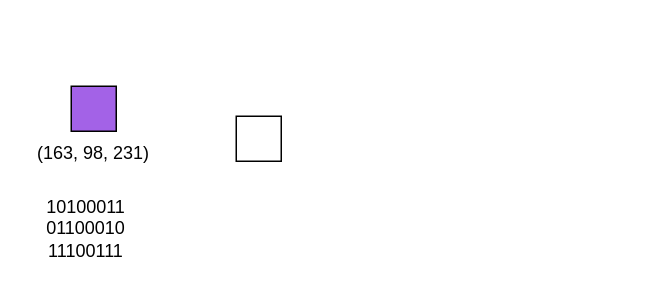
This is drawio/OctTree.drawio from SSSayon/imgbed, a draw.io file, before an edit. Source tidied: cells renumbered, new cells numbered last; positions are measured from the earlier drawing's top-left corner, leaving out a move shared by most shapes. Both pictures are drawn from the tidied source at 150%, with x=0, y=0 at pixel (26, 86).
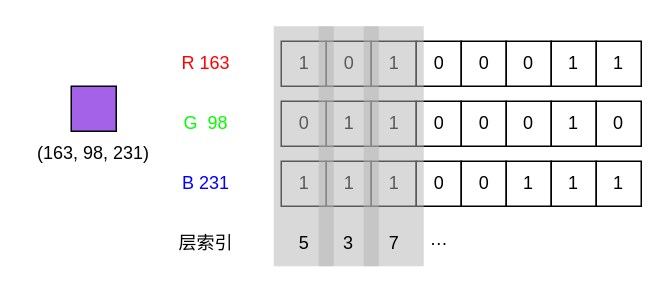
Above is the later version.

Change to the diagram source:
```diff
@@
     <mxCell id="4" style="whiteSpace=wrap;html=1;" parent="1" vertex="1">
-      <mxGeometry x="140" y="20" width="30" height="30" as="geometry" />
+      <mxGeometry x="170" y="-30" width="30" height="30" as="geometry" />
     </mxCell>
-    <mxCell id="5" value="10100011&lt;br&gt;01100010&lt;br&gt;11100111" style="text;html=1;strokeColor=none;fillColor=none;align=center;verticalAlign=middle;whiteSpace=wrap;rounded=0;" parent="1" vertex="1">
-      <mxGeometry x="10" y="80" width="60" height="30" as="geometry" />
-    </mxCell>
+    <mxCell id="6" style="whiteSpace=wrap;html=1;" parent="1" vertex="1">
+      <mxGeometry x="200" y="-30" width="30" height="30" as="geometry" />
+    </mxCell>
+    <mxCell id="7" style="whiteSpace=wrap;html=1;" parent="1" vertex="1">
+      <mxGeometry x="230" y="-30" width="30" height="30" as="geometry" />
+    </mxCell>
+    <mxCell id="8" style="whiteSpace=wrap;html=1;" parent="1" vertex="1">
+      <mxGeometry x="260" y="-30" width="30" height="30" as="geometry" />
+    </mxCell>
+    <mxCell id="9" style="whiteSpace=wrap;html=1;" parent="1" vertex="1">
+      <mxGeometry x="290" y="-30" width="30" height="30" as="geometry" />
+    </mxCell>
+    <mxCell id="10" style="whiteSpace=wrap;html=1;" parent="1" vertex="1">
+      <mxGeometry x="320" y="-30" width="30" height="30" as="geometry" />
+    </mxCell>
+    <mxCell id="11" style="whiteSpace=wrap;html=1;" parent="1" vertex="1">
+      <mxGeometry x="350" y="-30" width="30" height="30" as="geometry" />
+    </mxCell>
+    <mxCell id="12" style="whiteSpace=wrap;html=1;" parent="1" vertex="1">
+      <mxGeometry x="380" y="-30" width="30" height="30" as="geometry" />
+    </mxCell>
+    <mxCell id="13" value="&lt;font color=&quot;#ff0000&quot;&gt;R 163&lt;/font&gt;" style="text;html=1;strokeColor=none;fillColor=none;align=center;verticalAlign=middle;whiteSpace=wrap;rounded=0;" parent="1" vertex="1">
+      <mxGeometry x="90" y="-30" width="60" height="30" as="geometry" />
+    </mxCell>
+    <mxCell id="14" value="&lt;font color=&quot;#00ff00&quot;&gt;G&amp;nbsp; 98&lt;/font&gt;" style="text;html=1;strokeColor=none;fillColor=none;align=center;verticalAlign=middle;whiteSpace=wrap;rounded=0;" parent="1" vertex="1">
+      <mxGeometry x="90" y="10" width="60" height="30" as="geometry" />
+    </mxCell>
+    <mxCell id="15" value="&lt;font color=&quot;#0000ff&quot;&gt;B 231&lt;/font&gt;" style="text;html=1;strokeColor=none;fillColor=none;align=center;verticalAlign=middle;whiteSpace=wrap;rounded=0;" parent="1" vertex="1">
+      <mxGeometry x="90" y="50" width="60" height="30" as="geometry" />
+    </mxCell>
+    <mxCell id="16" value="1" style="text;html=1;strokeColor=none;fillColor=none;align=center;verticalAlign=middle;whiteSpace=wrap;rounded=0;" parent="1" vertex="1">
+      <mxGeometry x="177.5" y="-30" width="15" height="30" as="geometry" />
+    </mxCell>
+    <mxCell id="17" value="0" style="text;html=1;strokeColor=none;fillColor=none;align=center;verticalAlign=middle;whiteSpace=wrap;rounded=0;" parent="1" vertex="1">
+      <mxGeometry x="207.5" y="-30" width="15" height="30" as="geometry" />
+    </mxCell>
+    <mxCell id="18" value="1" style="text;html=1;strokeColor=none;fillColor=none;align=center;verticalAlign=middle;whiteSpace=wrap;rounded=0;" parent="1" vertex="1">
+      <mxGeometry x="237.5" y="-30" width="15" height="30" as="geometry" />
+    </mxCell>
+    <mxCell id="19" value="0" style="text;html=1;strokeColor=none;fillColor=none;align=center;verticalAlign=middle;whiteSpace=wrap;rounded=0;" parent="1" vertex="1">
+      <mxGeometry x="267.5" y="-30" width="15" height="30" as="geometry" />
+    </mxCell>
+    <mxCell id="20" value="0" style="text;html=1;strokeColor=none;fillColor=none;align=center;verticalAlign=middle;whiteSpace=wrap;rounded=0;" parent="1" vertex="1">
+      <mxGeometry x="297.5" y="-30" width="15" height="30" as="geometry" />
+    </mxCell>
+    <mxCell id="21" value="0" style="text;html=1;strokeColor=none;fillColor=none;align=center;verticalAlign=middle;whiteSpace=wrap;rounded=0;" parent="1" vertex="1">
+      <mxGeometry x="328.1" y="-30" width="13.8" height="30" as="geometry" />
+    </mxCell>
+    <mxCell id="22" value="1" style="text;html=1;strokeColor=none;fillColor=none;align=center;verticalAlign=middle;whiteSpace=wrap;rounded=0;" parent="1" vertex="1">
+      <mxGeometry x="358.1" y="-30" width="13.8" height="30" as="geometry" />
+    </mxCell>
+    <mxCell id="23" value="1" style="text;html=1;strokeColor=none;fillColor=none;align=center;verticalAlign=middle;whiteSpace=wrap;rounded=0;" parent="1" vertex="1">
+      <mxGeometry x="388.1" y="-30" width="13.8" height="30" as="geometry" />
+    </mxCell>
+    <mxCell id="24" style="whiteSpace=wrap;html=1;" parent="1" vertex="1">
+      <mxGeometry x="170" y="10" width="30" height="30" as="geometry" />
+    </mxCell>
+    <mxCell id="25" style="whiteSpace=wrap;html=1;" parent="1" vertex="1">
+      <mxGeometry x="200" y="10" width="30" height="30" as="geometry" />
+    </mxCell>
+    <mxCell id="26" style="whiteSpace=wrap;html=1;" parent="1" vertex="1">
+      <mxGeometry x="230" y="10" width="30" height="30" as="geometry" />
+    </mxCell>
+    <mxCell id="27" style="whiteSpace=wrap;html=1;" parent="1" vertex="1">
+      <mxGeometry x="260" y="10" width="30" height="30" as="geometry" />
+    </mxCell>
+    <mxCell id="28" style="whiteSpace=wrap;html=1;" parent="1" vertex="1">
+      <mxGeometry x="290" y="10" width="30" height="30" as="geometry" />
+    </mxCell>
+    <mxCell id="29" style="whiteSpace=wrap;html=1;" parent="1" vertex="1">
+      <mxGeometry x="320" y="10" width="30" height="30" as="geometry" />
+    </mxCell>
+    <mxCell id="30" style="whiteSpace=wrap;html=1;" parent="1" vertex="1">
+      <mxGeometry x="350" y="10" width="30" height="30" as="geometry" />
+    </mxCell>
+    <mxCell id="31" style="whiteSpace=wrap;html=1;" parent="1" vertex="1">
+      <mxGeometry x="380" y="10" width="30" height="30" as="geometry" />
+    </mxCell>
+    <mxCell id="32" value="0" style="text;html=1;strokeColor=none;fillColor=none;align=center;verticalAlign=middle;whiteSpace=wrap;rounded=0;" parent="1" vertex="1">
+      <mxGeometry x="177.5" y="10" width="15" height="30" as="geometry" />
+    </mxCell>
+    <mxCell id="33" value="1" style="text;html=1;strokeColor=none;fillColor=none;align=center;verticalAlign=middle;whiteSpace=wrap;rounded=0;" parent="1" vertex="1">
+      <mxGeometry x="207.5" y="10" width="15" height="30" as="geometry" />
+    </mxCell>
+    <mxCell id="34" value="1" style="text;html=1;strokeColor=none;fillColor=none;align=center;verticalAlign=middle;whiteSpace=wrap;rounded=0;" parent="1" vertex="1">
+      <mxGeometry x="237.5" y="10" width="15" height="30" as="geometry" />
+    </mxCell>
+    <mxCell id="35" value="0" style="text;html=1;strokeColor=none;fillColor=none;align=center;verticalAlign=middle;whiteSpace=wrap;rounded=0;" parent="1" vertex="1">
+      <mxGeometry x="267.5" y="10" width="15" height="30" as="geometry" />
+    </mxCell>
+    <mxCell id="36" value="0" style="text;html=1;strokeColor=none;fillColor=none;align=center;verticalAlign=middle;whiteSpace=wrap;rounded=0;" parent="1" vertex="1">
+      <mxGeometry x="297.5" y="10" width="15" height="30" as="geometry" />
+    </mxCell>
+    <mxCell id="37" value="0" style="text;html=1;strokeColor=none;fillColor=none;align=center;verticalAlign=middle;whiteSpace=wrap;rounded=0;" parent="1" vertex="1">
+      <mxGeometry x="328.1" y="10" width="13.8" height="30" as="geometry" />
+    </mxCell>
+    <mxCell id="38" value="1" style="text;html=1;strokeColor=none;fillColor=none;align=center;verticalAlign=middle;whiteSpace=wrap;rounded=0;" parent="1" vertex="1">
+      <mxGeometry x="358.1" y="10" width="13.8" height="30" as="geometry" />
+    </mxCell>
+    <mxCell id="39" value="0" style="text;html=1;strokeColor=none;fillColor=none;align=center;verticalAlign=middle;whiteSpace=wrap;rounded=0;" parent="1" vertex="1">
+      <mxGeometry x="388.1" y="10" width="13.8" height="30" as="geometry" />
+    </mxCell>
+    <mxCell id="40" style="whiteSpace=wrap;html=1;" parent="1" vertex="1">
+      <mxGeometry x="170" y="50" width="30" height="30" as="geometry" />
+    </mxCell>
+    <mxCell id="41" style="whiteSpace=wrap;html=1;" parent="1" vertex="1">
+      <mxGeometry x="200" y="50" width="30" height="30" as="geometry" />
+    </mxCell>
+    <mxCell id="42" style="whiteSpace=wrap;html=1;" parent="1" vertex="1">
+      <mxGeometry x="230" y="50" width="30" height="30" as="geometry" />
+    </mxCell>
+    <mxCell id="43" style="whiteSpace=wrap;html=1;" parent="1" vertex="1">
+      <mxGeometry x="260" y="50" width="30" height="30" as="geometry" />
+    </mxCell>
+    <mxCell id="44" style="whiteSpace=wrap;html=1;" parent="1" vertex="1">
+      <mxGeometry x="290" y="50" width="30" height="30" as="geometry" />
+    </mxCell>
+    <mxCell id="45" style="whiteSpace=wrap;html=1;" parent="1" vertex="1">
+      <mxGeometry x="320" y="50" width="30" height="30" as="geometry" />
+    </mxCell>
+    <mxCell id="46" style="whiteSpace=wrap;html=1;" parent="1" vertex="1">
+      <mxGeometry x="350" y="50" width="30" height="30" as="geometry" />
+    </mxCell>
+    <mxCell id="47" style="whiteSpace=wrap;html=1;" parent="1" vertex="1">
+      <mxGeometry x="380" y="50" width="30" height="30" as="geometry" />
+    </mxCell>
+    <mxCell id="48" value="1" style="text;html=1;strokeColor=none;fillColor=none;align=center;verticalAlign=middle;whiteSpace=wrap;rounded=0;" parent="1" vertex="1">
+      <mxGeometry x="177.5" y="50" width="15" height="30" as="geometry" />
+    </mxCell>
+    <mxCell id="49" value="1" style="text;html=1;strokeColor=none;fillColor=none;align=center;verticalAlign=middle;whiteSpace=wrap;rounded=0;" parent="1" vertex="1">
+      <mxGeometry x="207.5" y="50" width="15" height="30" as="geometry" />
+    </mxCell>
+    <mxCell id="50" value="1" style="text;html=1;strokeColor=none;fillColor=none;align=center;verticalAlign=middle;whiteSpace=wrap;rounded=0;" parent="1" vertex="1">
+      <mxGeometry x="237.5" y="50" width="15" height="30" as="geometry" />
+    </mxCell>
+    <mxCell id="51" value="0" style="text;html=1;strokeColor=none;fillColor=none;align=center;verticalAlign=middle;whiteSpace=wrap;rounded=0;" parent="1" vertex="1">
+      <mxGeometry x="267.5" y="50" width="15" height="30" as="geometry" />
+    </mxCell>
+    <mxCell id="52" value="0" style="text;html=1;strokeColor=none;fillColor=none;align=center;verticalAlign=middle;whiteSpace=wrap;rounded=0;" parent="1" vertex="1">
+      <mxGeometry x="297.5" y="50" width="15" height="30" as="geometry" />
+    </mxCell>
+    <mxCell id="53" value="1" style="text;html=1;strokeColor=none;fillColor=none;align=center;verticalAlign=middle;whiteSpace=wrap;rounded=0;" parent="1" vertex="1">
+      <mxGeometry x="328.1" y="50" width="13.8" height="30" as="geometry" />
+    </mxCell>
+    <mxCell id="54" value="1" style="text;html=1;strokeColor=none;fillColor=none;align=center;verticalAlign=middle;whiteSpace=wrap;rounded=0;" parent="1" vertex="1">
+      <mxGeometry x="358.1" y="50" width="13.8" height="30" as="geometry" />
+    </mxCell>
+    <mxCell id="55" value="1" style="text;html=1;strokeColor=none;fillColor=none;align=center;verticalAlign=middle;whiteSpace=wrap;rounded=0;" parent="1" vertex="1">
+      <mxGeometry x="388.1" y="50" width="13.8" height="30" as="geometry" />
+    </mxCell>
+    <mxCell id="56" style="rounded=0;whiteSpace=wrap;html=1;opacity=50;strokeColor=none;fillColor=#B3B3B3;" parent="1" vertex="1">
+      <mxGeometry x="165" y="-40" width="40" height="160" as="geometry" />
+    </mxCell>
+    <mxCell id="57" value="层索引" style="text;html=1;strokeColor=none;fillColor=none;align=center;verticalAlign=middle;whiteSpace=wrap;rounded=0;" parent="1" vertex="1">
+      <mxGeometry x="90" y="90" width="60" height="30" as="geometry" />
+    </mxCell>
+    <mxCell id="58" value="5" style="text;html=1;strokeColor=none;fillColor=none;align=center;verticalAlign=middle;whiteSpace=wrap;rounded=0;" parent="1" vertex="1">
+      <mxGeometry x="172.5" y="90" width="25" height="30" as="geometry" />
+    </mxCell>
+    <mxCell id="59" style="rounded=0;whiteSpace=wrap;html=1;opacity=50;strokeColor=none;fillColor=#B3B3B3;" parent="1" vertex="1">
+      <mxGeometry x="195" y="-40" width="40" height="160" as="geometry" />
+    </mxCell>
+    <mxCell id="60" value="3" style="text;html=1;strokeColor=none;fillColor=none;align=center;verticalAlign=middle;whiteSpace=wrap;rounded=0;" parent="1" vertex="1">
+      <mxGeometry x="205" y="90" width="20" height="30" as="geometry" />
+    </mxCell>
+    <mxCell id="61" style="rounded=0;whiteSpace=wrap;html=1;opacity=50;strokeColor=none;fillColor=#B3B3B3;" parent="1" vertex="1">
+      <mxGeometry x="225" y="-40" width="40" height="160" as="geometry" />
+    </mxCell>
+    <mxCell id="62" value="7" style="text;html=1;strokeColor=none;fillColor=none;align=center;verticalAlign=middle;whiteSpace=wrap;rounded=0;" parent="1" vertex="1">
+      <mxGeometry x="232.5" y="90" width="25" height="30" as="geometry" />
+    </mxCell>
+    <mxCell id="63" value="…" style="text;html=1;strokeColor=none;fillColor=none;align=center;verticalAlign=middle;whiteSpace=wrap;rounded=0;" parent="1" vertex="1">
+      <mxGeometry x="262.5" y="87" width="25" height="30" as="geometry" />
+    </mxCell>
```
